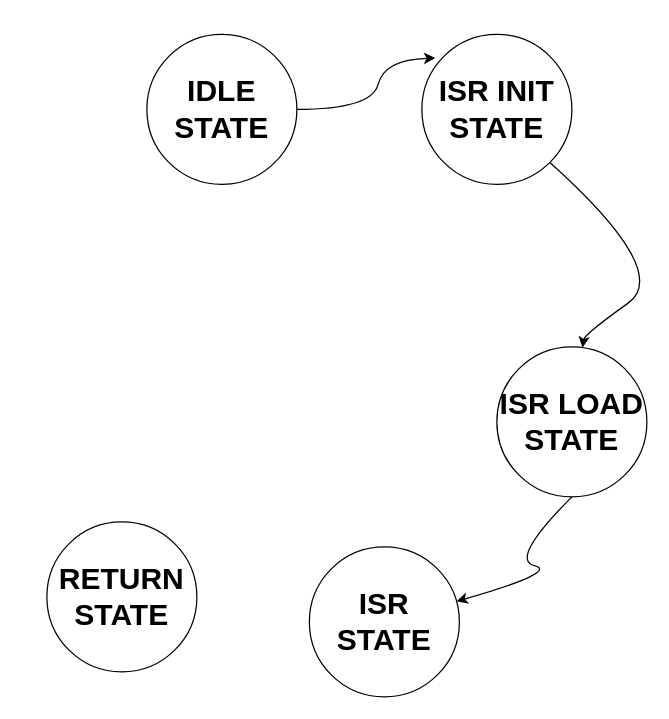
Before: page "interrupt" (17 of 18) of NoC.drawio in Akilax0/minimal_NoC, a draw.io diagram. Source tidied: cells renumbered, new cells numbered last; positions are measured from the earlier drawing's top-left corner, leaving out a move shared by most shapes. Both pictures are drawn from the tidied source at 125%, with x=0, y=0 at pixel (46, 34).
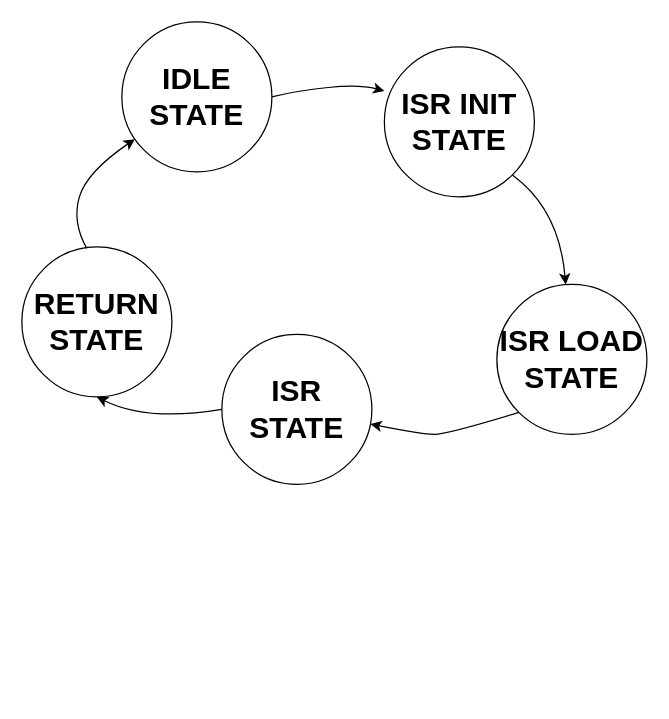
Above is the later version.

Diff of the diagram source:
```diff
@@
 <mxGraphModel>
   <root>
     <mxCell id="0" />
     <mxCell id="1" parent="0" />
     <mxCell id="2" value="&lt;b&gt;&lt;font style=&quot;font-size: 24px;&quot;&gt;IDLE STATE&lt;/font&gt;&lt;/b&gt;" style="ellipse;whiteSpace=wrap;html=1;" parent="1" vertex="1">
-      <mxGeometry x="80" width="120" height="120" as="geometry" />
+      <mxGeometry x="60" y="-10" width="120" height="120" as="geometry" />
     </mxCell>
     <mxCell id="3" value="&lt;b&gt;&lt;font style=&quot;font-size: 24px;&quot;&gt;ISR INIT STATE&lt;/font&gt;&lt;/b&gt;" style="ellipse;whiteSpace=wrap;html=1;" parent="1" vertex="1">
-      <mxGeometry x="300" width="120" height="120" as="geometry" />
+      <mxGeometry x="270" y="10" width="120" height="120" as="geometry" />
     </mxCell>
     <mxCell id="4" value="&lt;b&gt;&lt;font style=&quot;font-size: 24px;&quot;&gt;ISR LOAD STATE&lt;/font&gt;&lt;/b&gt;" style="ellipse;whiteSpace=wrap;html=1;" parent="1" vertex="1">
-      <mxGeometry x="360" y="250" width="120" height="120" as="geometry" />
+      <mxGeometry x="360" y="200" width="120" height="120" as="geometry" />
     </mxCell>
     <mxCell id="5" value="&lt;b&gt;&lt;font style=&quot;font-size: 24px;&quot;&gt;ISR STATE&lt;/font&gt;&lt;/b&gt;" style="ellipse;whiteSpace=wrap;html=1;" parent="1" vertex="1">
-      <mxGeometry x="210" y="410" width="120" height="120" as="geometry" />
+      <mxGeometry x="140" y="240" width="120" height="120" as="geometry" />
     </mxCell>
     <mxCell id="6" value="&lt;b&gt;&lt;font style=&quot;font-size: 24px;&quot;&gt;RETURN STATE&lt;/font&gt;&lt;/b&gt;" style="ellipse;whiteSpace=wrap;html=1;" parent="1" vertex="1">
-      <mxGeometry y="390" width="120" height="120" as="geometry" />
+      <mxGeometry x="-20" y="170" width="120" height="120" as="geometry" />
     </mxCell>
-    <mxCell id="7" style="curved=1;endArrow=classic;html=1;rounded=0;exitX=1;exitY=0.5;exitDx=0;exitDy=0;entryX=0.089;entryY=0.158;entryDx=0;entryDy=0;entryPerimeter=0;" parent="1" edge="1" source="2" target="3">
-      <mxGeometry relative="1" as="geometry">
-        <Array as="points">
-          <mxPoint x="260" y="60" />
-          <mxPoint x="270" y="20" />
-        </Array>
-      </mxGeometry>
-    </mxCell>
     <mxCell id="8" style="curved=1;endArrow=classic;html=1;rounded=0;exitX=1;exitY=1;exitDx=0;exitDy=0;" parent="1" edge="1" source="3" target="4">
       <mxGeometry relative="1" as="geometry">
         <Array as="points">
-          <mxPoint x="500" y="190" />
-          <mxPoint x="430" y="240" />
+          <mxPoint x="410" y="140" />
         </Array>
       </mxGeometry>
     </mxCell>
-    <mxCell id="9" style="curved=1;endArrow=classic;html=1;rounded=0;exitX=0.5;exitY=1;exitDx=0;exitDy=0;" parent="1" edge="1" source="4" target="5">
+    <mxCell id="9" style="curved=1;endArrow=classic;html=1;rounded=0;exitX=0;exitY=1;exitDx=0;exitDy=0;" parent="1" edge="1" source="4" target="5">
       <mxGeometry relative="1" as="geometry">
         <Array as="points">
-          <mxPoint x="370" y="420" />
-          <mxPoint x="410" y="430" />
+          <mxPoint x="320" y="320" />
+          <mxPoint x="300" y="320" />
         </Array>
       </mxGeometry>
     </mxCell>
+    <mxCell id="7" style="curved=1;endArrow=classic;html=1;rounded=0;entryX=0;entryY=0.294;entryDx=0;entryDy=0;entryPerimeter=0;exitX=1;exitY=0.5;exitDx=0;exitDy=0;" parent="1" edge="1" source="2" target="3">
+      <mxGeometry relative="1" as="geometry">
+        <Array as="points">
+          <mxPoint x="200" y="45" />
+          <mxPoint x="250" y="40" />
+        </Array>
+      </mxGeometry>
+    </mxCell>
+    <mxCell id="10" style="curved=1;endArrow=classic;html=1;rounded=0;exitX=0;exitY=0.5;exitDx=0;exitDy=0;entryX=0.5;entryY=1;entryDx=0;entryDy=0;" parent="1" edge="1" source="5" target="6">
+      <mxGeometry relative="1" as="geometry">
+        <Array as="points">
+          <mxPoint x="80" y="310" />
+        </Array>
+      </mxGeometry>
+    </mxCell>
+    <mxCell id="11" style="curved=1;endArrow=classic;html=1;rounded=0;exitX=0.433;exitY=0.011;exitDx=0;exitDy=0;exitPerimeter=0;" parent="1" edge="1" source="6" target="2">
+      <mxGeometry relative="1" as="geometry">
+        <Array as="points">
+          <mxPoint x="20" y="150" />
+          <mxPoint x="32" y="110" />
+        </Array>
+      </mxGeometry>
+    </mxCell>
   </root>
 </mxGraphModel>
```
